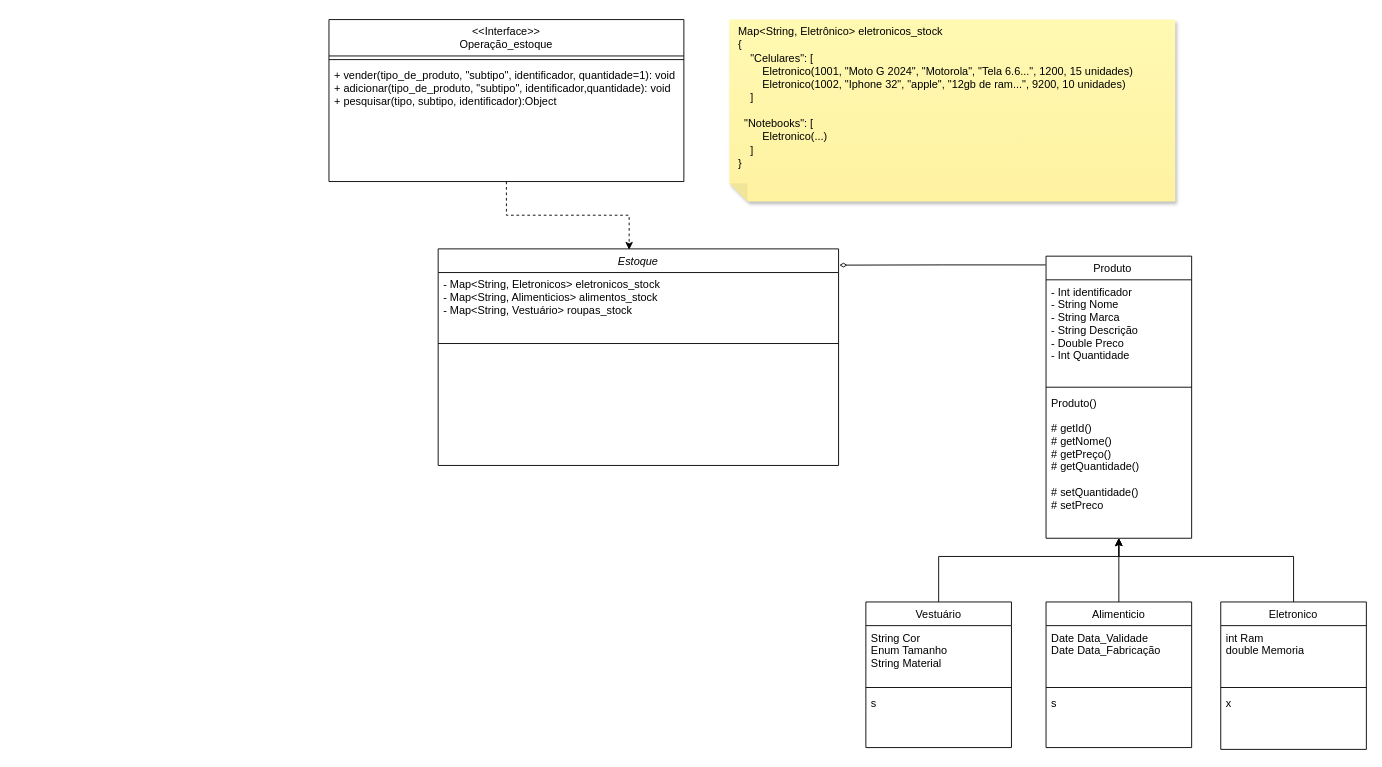
yure-py/ControleDeEstoque keeps this draw.io diagram as uml.drawio. Above is the earlier version. Source tidied: cells renumbered, new cells numbered last; positions are measured from the earlier drawing's top-left corner, leaving out a move shared by most shapes. Both pictures are drawn from the tidied source at 91%, with x=0, y=0 at pixel (329, 19).
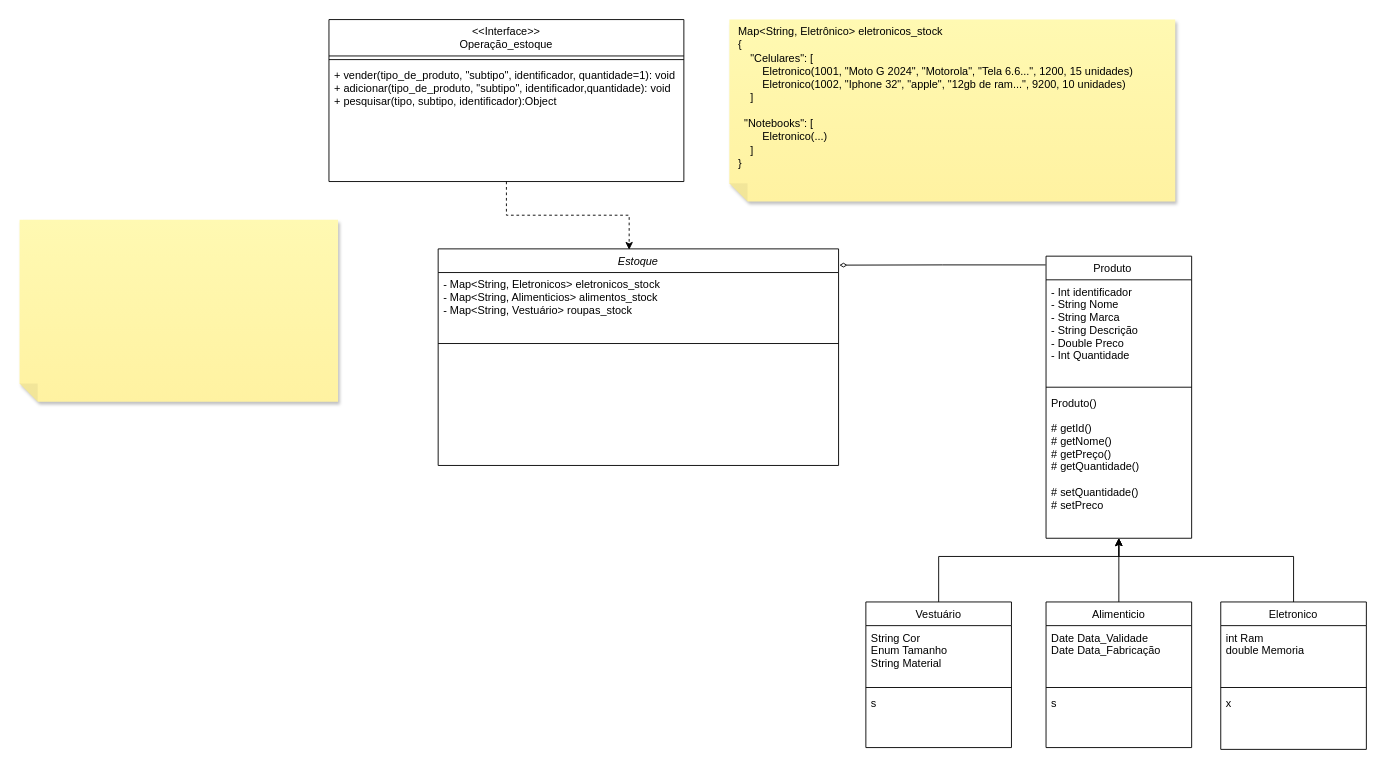
The same diagram, later.

Change to the diagram source:
```diff
@@
+    <mxCell id="30" style="shape=note;whiteSpace=wrap;html=1;backgroundOutline=1;fontColor=#000000;darkOpacity=0.05;fillColor=#FFF9B2;strokeColor=none;fillStyle=solid;direction=west;gradientDirection=north;gradientColor=#FFF2A1;shadow=1;size=20;align=left;verticalAlign=top;spacingLeft=8;" parent="1" vertex="1">
+      <mxGeometry x="-340" y="220" width="350" height="200" as="geometry" />
+    </mxCell>
```
